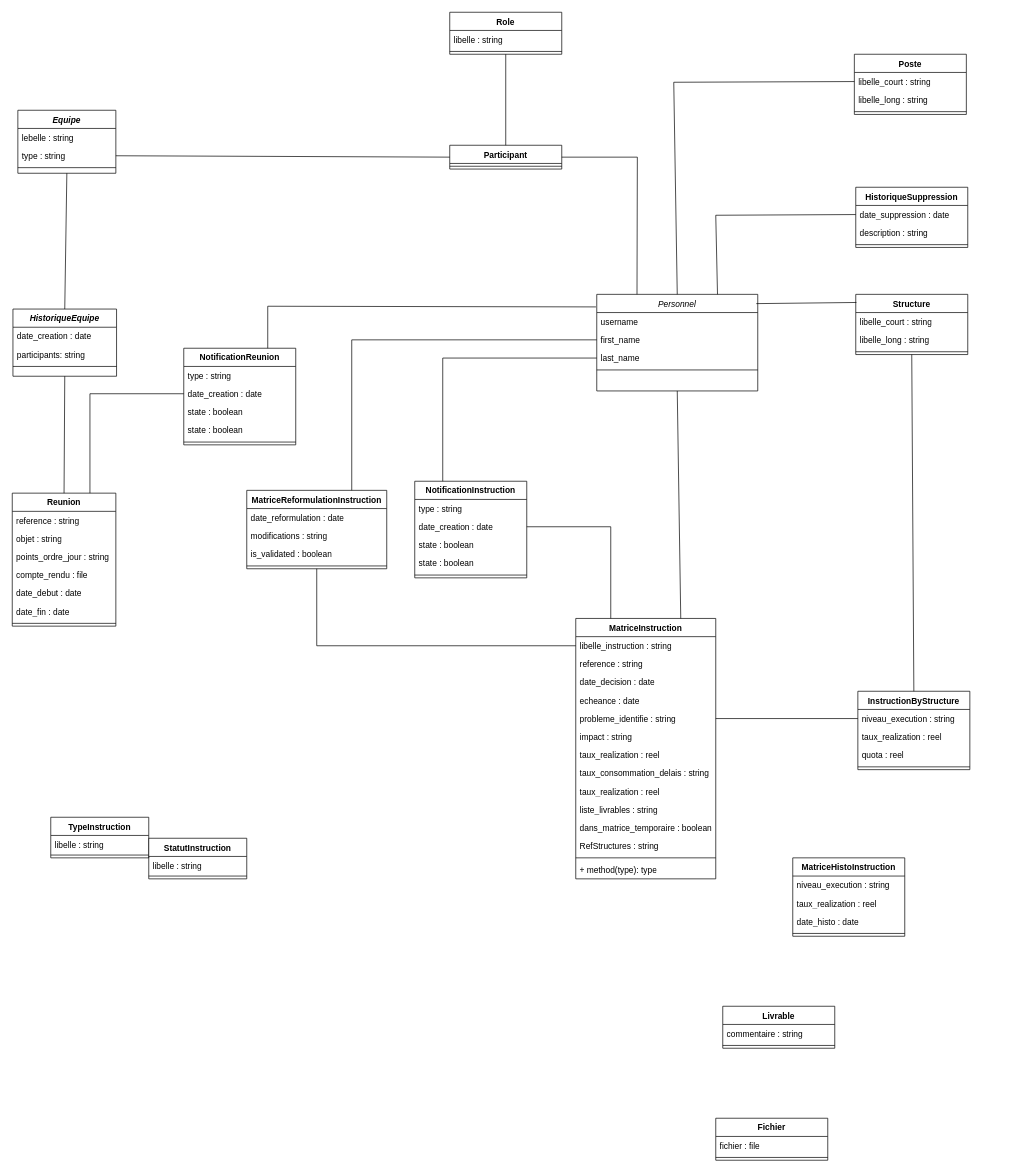
Before: diagramme_classes_technique.drawio in CabrelFeukeng/pp, a draw.io diagram. Source tidied: cells renumbered, new cells numbered last; positions are measured from the earlier drawing's top-left corner, leaving out a move shared by most shapes. Both pictures are drawn from the tidied source at 70%, with x=0, y=0 at pixel (12, 12).
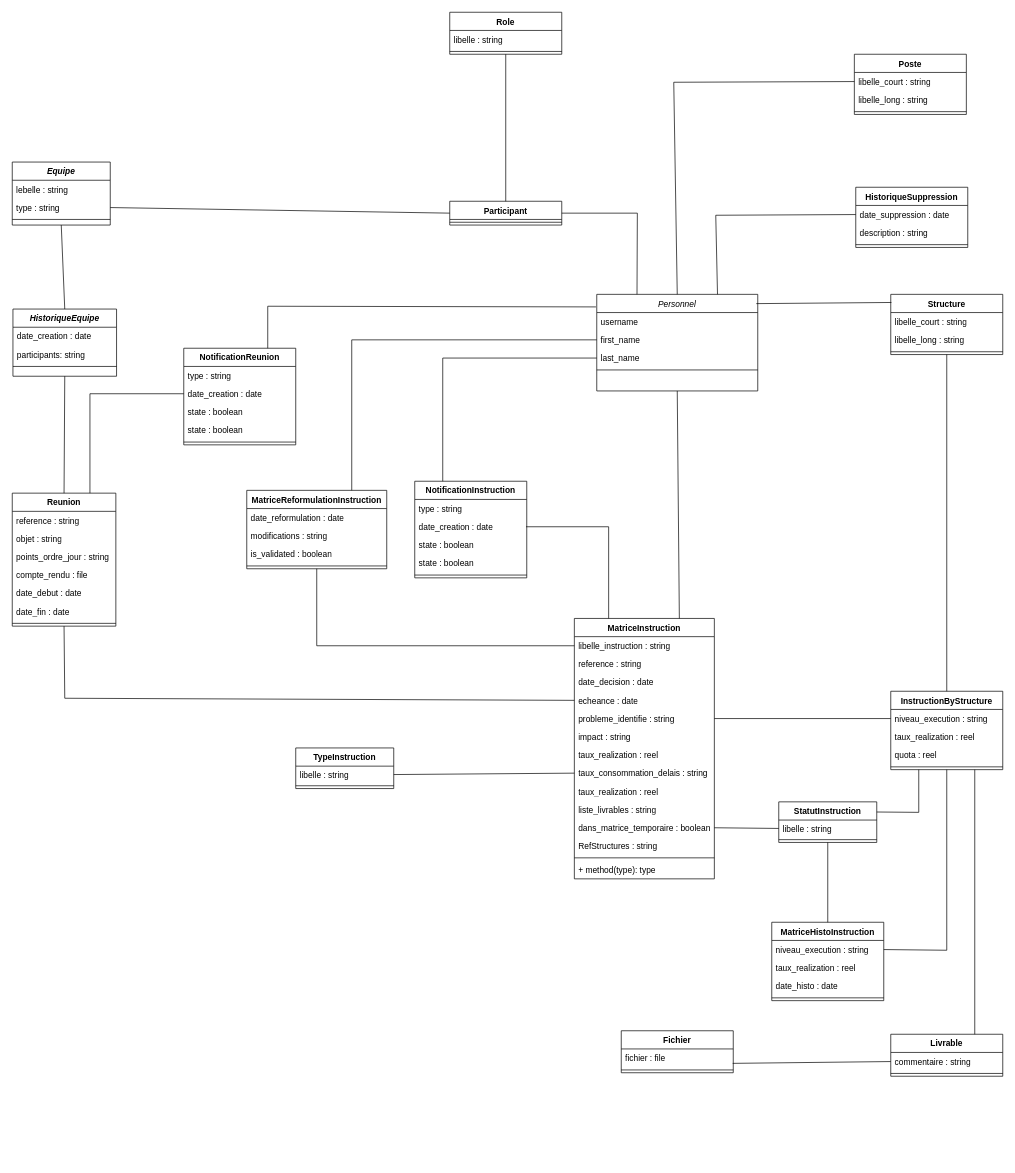
The same diagram, later.

Commit message (it also covers changes not shown here):
Mettre à jour diagramme_classes_technique.drawio

The change refers to these unchanged cells:
```xml
<mxCell id="2" value="Personnel" style="swimlane;fontStyle=2;align=center;verticalAlign=top;horizontal=1;startSize=26;rounded=0;shadow=0;strokeWidth=1;" parent="1" vertex="1">
  <mxGeometry x="835" y="403" width="230" height="138" as="geometry" />
</mxCell>
<mxCell id="15" value="Reunion" style="swimlane;fontStyle=1;align=center;verticalAlign=top;horizontal=1;startSize=26;whiteSpace=wrap;html=1;" parent="1" vertex="1">
  <mxGeometry y="687" width="148" height="190" as="geometry" />
</mxCell>
<mxCell id="24" value="libelle : string" style="text;strokeColor=none;fillColor=none;align=left;verticalAlign=top;spacingLeft=4;spacingRight=4;overflow=hidden;points=[[0,0.5],[1,0.5]];portConstraint=eastwest;whiteSpace=wrap;html=1;" parent="23" vertex="1">
  <mxGeometry y="26" width="140" height="24" as="geometry" />
</mxCell>
<mxCell id="27" value="libelle : string" style="text;strokeColor=none;fillColor=none;align=left;verticalAlign=top;spacingLeft=4;spacingRight=4;overflow=hidden;points=[[0,0.5],[1,0.5]];portConstraint=eastwest;whiteSpace=wrap;html=1;" parent="26" vertex="1">
  <mxGeometry y="26" width="140" height="24" as="geometry" />
</mxCell>
<mxCell id="37" value="date_creation : date" style="text;strokeColor=none;fillColor=none;align=left;verticalAlign=top;spacingLeft=4;spacingRight=4;overflow=hidden;points=[[0,0.5],[1,0.5]];portConstraint=eastwest;whiteSpace=wrap;html=1;" parent="35" vertex="1">
  <mxGeometry y="52" width="160" height="26" as="geometry" />
</mxCell>
<mxCell id="50" value="echeance : date" style="text;strokeColor=none;fillColor=none;align=left;verticalAlign=top;spacingLeft=4;spacingRight=4;overflow=hidden;points=[[0,0.5],[1,0.5]];portConstraint=eastwest;whiteSpace=wrap;html=1;" parent="46" vertex="1">
  <mxGeometry y="104" width="200" height="26" as="geometry" />
</mxCell>
<mxCell id="54" value="taux_consommation_delais : string" style="text;strokeColor=none;fillColor=none;align=left;verticalAlign=top;spacingLeft=4;spacingRight=4;overflow=hidden;points=[[0,0.5],[1,0.5]];portConstraint=eastwest;whiteSpace=wrap;html=1;" parent="46" vertex="1">
  <mxGeometry y="208" width="200" height="26" as="geometry" />
</mxCell>
<mxCell id="57" value="dans_matrice_temporaire : boolean" style="text;strokeColor=none;fillColor=none;align=left;verticalAlign=top;spacingLeft=4;spacingRight=4;overflow=hidden;points=[[0,0.5],[1,0.5]];portConstraint=eastwest;whiteSpace=wrap;html=1;" parent="46" vertex="1">
  <mxGeometry y="286" width="200" height="26" as="geometry" />
</mxCell>
<mxCell id="62" value="niveau_execution : string" style="text;strokeColor=none;fillColor=none;align=left;verticalAlign=top;spacingLeft=4;spacingRight=4;overflow=hidden;points=[[0,0.5],[1,0.5]];portConstraint=eastwest;whiteSpace=wrap;html=1;" parent="61" vertex="1">
  <mxGeometry y="26" width="160" height="26" as="geometry" />
</mxCell>
<mxCell id="77" value="commentaire : string" style="text;strokeColor=none;fillColor=none;align=left;verticalAlign=top;spacingLeft=4;spacingRight=4;overflow=hidden;points=[[0,0.5],[1,0.5]];portConstraint=eastwest;whiteSpace=wrap;html=1;" parent="76" vertex="1">
  <mxGeometry y="26" width="160" height="26" as="geometry" />
</mxCell>
<mxCell id="80" value="fichier : file" style="text;strokeColor=none;fillColor=none;align=left;verticalAlign=top;spacingLeft=4;spacingRight=4;overflow=hidden;points=[[0,0.5],[1,0.5]];portConstraint=eastwest;whiteSpace=wrap;html=1;" parent="79" vertex="1">
  <mxGeometry y="26" width="160" height="26" as="geometry" />
</mxCell>
```

Change to the diagram source:
```diff
@@
     <mxCell id="7" value="Equipe" style="swimlane;fontStyle=3;align=center;verticalAlign=top;horizontal=1;startSize=26;rounded=0;shadow=0;strokeWidth=1;" parent="1" vertex="1">
-      <mxGeometry x="8" y="140" width="140" height="90" as="geometry" />
+      <mxGeometry y="214" width="140" height="90" as="geometry" />
     </mxCell>
@@
     <mxCell id="23" value="TypeInstruction" style="swimlane;fontStyle=1;align=center;verticalAlign=top;horizontal=1;startSize=26;whiteSpace=wrap;html=1;" parent="1" vertex="1">
-      <mxGeometry x="55" y="1150" width="140" height="58" as="geometry" />
+      <mxGeometry x="405" y="1051" width="140" height="58" as="geometry" />
     </mxCell>
@@
     <mxCell id="26" value="StatutInstruction" style="swimlane;fontStyle=1;align=center;verticalAlign=top;horizontal=1;startSize=26;whiteSpace=wrap;html=1;" parent="1" vertex="1">
-      <mxGeometry x="195" y="1180" width="140" height="58" as="geometry" />
+      <mxGeometry x="1095" y="1128" width="140" height="58" as="geometry" />
     </mxCell>
@@
     <mxCell id="46" value="MatriceInstruction" style="swimlane;fontStyle=1;align=center;verticalAlign=top;horizontal=1;startSize=26;whiteSpace=wrap;html=1;" parent="1" vertex="1">
-      <mxGeometry x="805" y="866" width="200" height="372" as="geometry" />
+      <mxGeometry x="803" y="866" width="200" height="372" as="geometry" />
     </mxCell>
@@
     <mxCell id="61" value="MatriceHistoInstruction" style="swimlane;fontStyle=1;align=center;verticalAlign=top;horizontal=1;startSize=26;whiteSpace=wrap;html=1;" parent="1" vertex="1">
-      <mxGeometry x="1115" y="1208" width="160" height="112" as="geometry" />
+      <mxGeometry x="1085" y="1300" width="160" height="112" as="geometry" />
     </mxCell>
@@
     <mxCell id="66" value="InstructionByStructure" style="swimlane;fontStyle=1;align=center;verticalAlign=top;horizontal=1;startSize=26;whiteSpace=wrap;html=1;" parent="1" vertex="1">
-      <mxGeometry x="1208" y="970" width="160" height="112" as="geometry" />
+      <mxGeometry x="1255" y="970" width="160" height="112" as="geometry" />
     </mxCell>
@@
     <mxCell id="71" value="Participant" style="swimlane;fontStyle=1;align=center;verticalAlign=top;horizontal=1;startSize=26;whiteSpace=wrap;html=1;" parent="1" vertex="1">
-      <mxGeometry x="625" y="190" width="160" height="34" as="geometry" />
+      <mxGeometry x="625" y="270" width="160" height="34" as="geometry" />
     </mxCell>
@@
     <mxCell id="76" value="Livrable" style="swimlane;fontStyle=1;align=center;verticalAlign=top;horizontal=1;startSize=26;whiteSpace=wrap;html=1;" parent="1" vertex="1">
-      <mxGeometry x="1015" y="1420" width="160" height="60" as="geometry" />
+      <mxGeometry x="1255" y="1460" width="160" height="60" as="geometry" />
     </mxCell>
@@
     <mxCell id="79" value="Fichier" style="swimlane;fontStyle=1;align=center;verticalAlign=top;horizontal=1;startSize=26;whiteSpace=wrap;html=1;" parent="1" vertex="1">
-      <mxGeometry x="1005" y="1580" width="160" height="60" as="geometry" />
+      <mxGeometry x="870" y="1455" width="160" height="60" as="geometry" />
     </mxCell>
@@
     <mxCell id="82" value="Structure" style="swimlane;fontStyle=1;align=center;verticalAlign=top;horizontal=1;startSize=26;whiteSpace=wrap;html=1;" parent="1" vertex="1">
-      <mxGeometry x="1205" y="403" width="160" height="86" as="geometry" />
+      <mxGeometry x="1255" y="403" width="160" height="86" as="geometry" />
     </mxCell>
@@
-    <mxCell id="101" style="endArrow=none;html=1;rounded=0;exitX=0.25;exitY=0;exitDx=0;exitDy=0;entryX=1;entryY=0.5;entryDx=0;entryDy=0;" parent="1" edge="1" source="46" target="37">
+    <mxCell id="101" style="endArrow=none;html=1;rounded=0;exitX=0.25;exitY=0;exitDx=0;exitDy=0;entryX=1;entryY=0.5;entryDx=0;entryDy=0;" parent="1" edge="1">
       <mxGeometry relative="1" as="geometry">
+        <mxPoint x="852" y="866" as="sourcePoint" />
+        <mxPoint x="734" y="735" as="targetPoint" />
         <Array as="points">
-          <mxPoint x="855" y="735" />
+          <mxPoint x="852" y="735" />
         </Array>
       </mxGeometry>
     </mxCell>
@@
     <mxCell id="106" style="endArrow=none;html=1;rounded=0;entryX=1;entryY=0.5;entryDx=0;entryDy=0;exitX=0.25;exitY=0;exitDx=0;exitDy=0;" parent="1" edge="1" source="2" target="71">
       <mxGeometry relative="1" as="geometry">
         <Array as="points">
-          <mxPoint x="893" y="207" />
+          <mxPoint x="893" y="287" />
         </Array>
       </mxGeometry>
     </mxCell>
@@
+    <mxCell id="111" style="endArrow=none;html=1;rounded=0;entryX=0.5;entryY=1;entryDx=0;entryDy=0;exitX=0;exitY=0.5;exitDx=0;exitDy=0;" parent="1" edge="1" source="50" target="15">
+      <mxGeometry relative="1" as="geometry">
+        <Array as="points">
+          <mxPoint x="75" y="980" />
+        </Array>
+      </mxGeometry>
+    </mxCell>
+    <mxCell id="112" style="endArrow=none;html=1;rounded=0;entryX=0;entryY=0.5;entryDx=0;entryDy=0;exitX=1;exitY=0.5;exitDx=0;exitDy=0;" parent="1" edge="1" source="24" target="54">
+      <mxGeometry relative="1" as="geometry" />
+    </mxCell>
+    <mxCell id="113" style="endArrow=none;html=1;rounded=0;exitX=1;exitY=0.5;exitDx=0;exitDy=0;entryX=0;entryY=0.5;entryDx=0;entryDy=0;" parent="1" edge="1" source="57" target="27">
+      <mxGeometry relative="1" as="geometry" />
+    </mxCell>
+    <mxCell id="114" style="endArrow=none;html=1;rounded=0;entryX=0.25;entryY=1;entryDx=0;entryDy=0;exitX=1;exitY=0.25;exitDx=0;exitDy=0;" parent="1" edge="1" source="26" target="66">
+      <mxGeometry relative="1" as="geometry">
+        <Array as="points">
+          <mxPoint x="1295" y="1143" />
+        </Array>
+      </mxGeometry>
+    </mxCell>
+    <mxCell id="115" style="endArrow=none;html=1;rounded=0;entryX=0.5;entryY=1;entryDx=0;entryDy=0;exitX=1;exitY=0.5;exitDx=0;exitDy=0;" parent="1" edge="1" source="62" target="66">
+      <mxGeometry relative="1" as="geometry">
+        <Array as="points">
+          <mxPoint x="1335" y="1340" />
+        </Array>
+      </mxGeometry>
+    </mxCell>
+    <mxCell id="116" style="endArrow=none;html=1;rounded=0;exitX=0.5;exitY=0;exitDx=0;exitDy=0;entryX=0.5;entryY=1;entryDx=0;entryDy=0;" parent="1" edge="1" source="61" target="26">
+      <mxGeometry relative="1" as="geometry" />
+    </mxCell>
+    <mxCell id="117" style="endArrow=none;html=1;rounded=0;entryX=0.75;entryY=1;entryDx=0;entryDy=0;exitX=0.75;exitY=0;exitDx=0;exitDy=0;" parent="1" edge="1" source="76" target="66">
+      <mxGeometry relative="1" as="geometry" />
+    </mxCell>
+    <mxCell id="118" style="endArrow=none;html=1;rounded=0;exitX=0.995;exitY=0.792;exitDx=0;exitDy=0;exitPerimeter=0;entryX=0;entryY=0.5;entryDx=0;entryDy=0;" parent="1" edge="1" source="80" target="77">
+      <mxGeometry relative="1" as="geometry" />
+    </mxCell>
```
